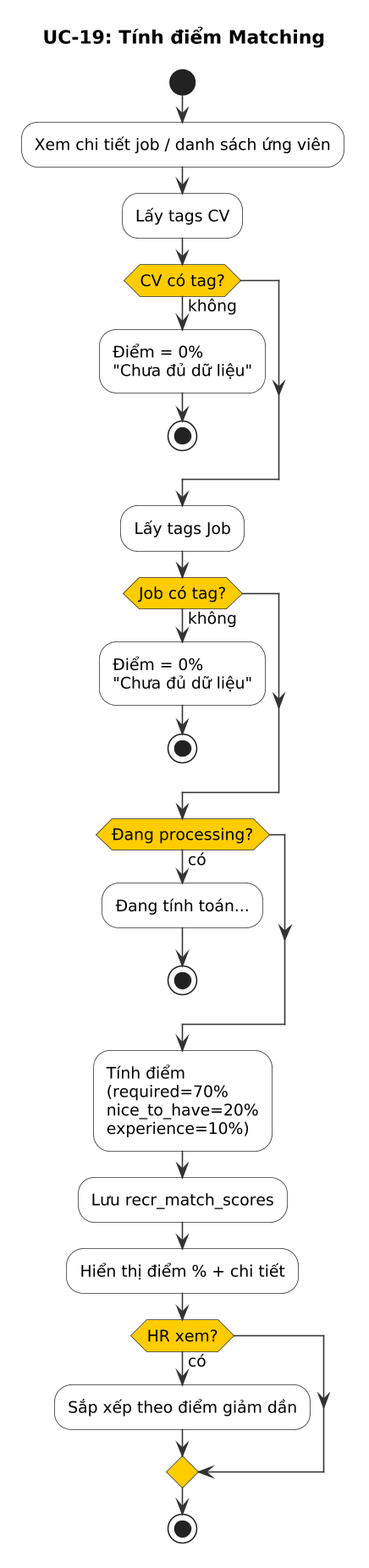
Earlier version of the PlantUML export modules/dist/recr/images/activity/uc19-matching-score-activity.png (namnh240795/document).
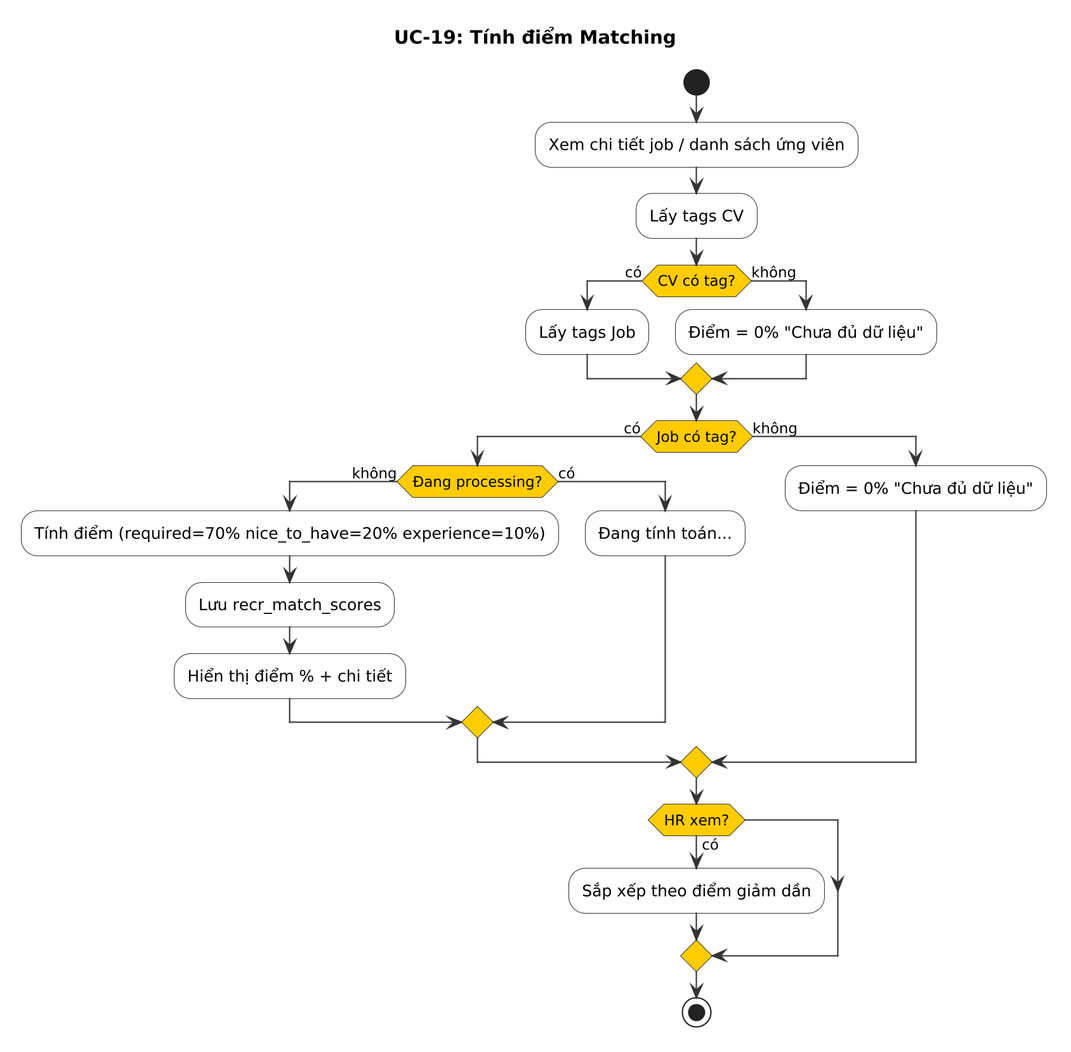
The same file after the commit.

The edit, as a diff of the source:
```diff
@@ -1,8 +1,5 @@
 @startuml
-skinparam dpi 150
-skinparam defaultFontSize 12
-skinparam nodesep 15
-skinparam ranksep 15
+skinparam dpi 200
 skinparam activity {
   BackgroundColor #F8F8F8
   BorderColor #333333
@@ -19,28 +16,23 @@
 
 :Lấy tags CV;
 
-if (CV có tag?) then (không)
-  :Điểm = 0%\n"Chưa đủ dữ liệu";
-  stop
+if (CV có tag?) then (có)
+  :Lấy tags Job;
+else (không)
+  :Điểm = 0% "Chưa đủ dữ liệu";
 endif
 
-:Lấy tags Job;
-
-if (Job có tag?) then (không)
-  :Điểm = 0%\n"Chưa đủ dữ liệu";
-  stop
+if (Job có tag?) then (có)
+  if (Đang processing?) then (không)
+    :Tính điểm (required=70% nice_to_have=20% experience=10%);
+    :Lưu recr_match_scores;
+    :Hiển thị điểm % + chi tiết;
+  else (có)
+    :Đang tính toán...;
+  endif
+else (không)
+  :Điểm = 0% "Chưa đủ dữ liệu";
 endif
-
-if (Đang processing?) then (có)
-  :Đang tính toán...;
-  stop
-endif
-
-:Tính điểm\n(required=70%\nnice_to_have=20%\nexperience=10%);
-
-:Lưu recr_match_scores;
-
-:Hiển thị điểm % + chi tiết;
 
 if (HR xem?) then (có)
   :Sắp xếp theo điểm giảm dần;
```
